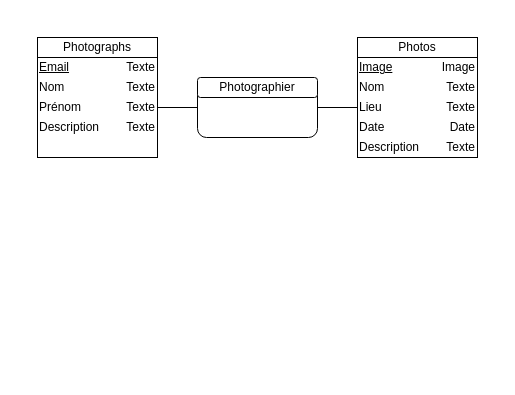
Earlier version of the draw.io diagram Documentation/Diagrammes/BDD/MCD_0.1.drawio (NicolasGlassey/PROJWEB_WEBELWEISS). Source tidied: cells renumbered, new cells numbered last; positions are measured from the earlier drawing's top-left corner, leaving out a move shared by most shapes. Both pictures are drawn from the tidied source at 100%, with x=0, y=0 at pixel (37, 37).
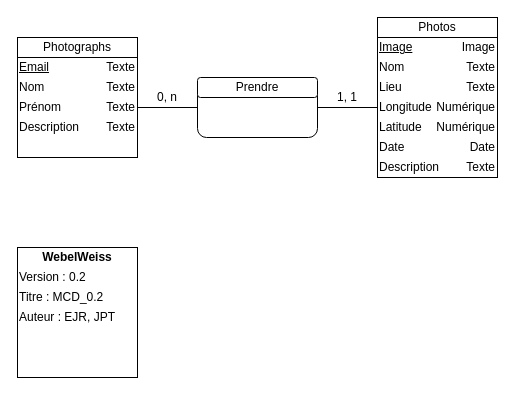
The same diagram, later.

Commit message (it also covers changes not shown here):
modification du mCD

Unchanged cells that the change refers to:
```xml
<mxCell id="3" style="rounded=0;whiteSpace=wrap;html=1;" parent="2" vertex="1">
  <mxGeometry y="20" width="120" height="100" as="geometry" />
</mxCell>
```

The edit, as a diff of the source:
```diff
@@
     <mxCell id="2" style="group;" parent="1" vertex="1">
-      <mxGeometry width="120" height="120" as="geometry" />
+      <mxGeometry x="-20" width="120" height="120" as="geometry" />
     </mxCell>
@@
     <mxCell id="14" style="group;" parent="1" vertex="1">
-      <mxGeometry x="320" width="120" height="120" as="geometry" />
+      <mxGeometry x="340" y="-20" width="120" height="160" as="geometry" />
     </mxCell>
     <mxCell id="15" style="rounded=0;whiteSpace=wrap;html=1;" parent="14" vertex="1">
-      <mxGeometry y="20" width="120" height="100" as="geometry" />
+      <mxGeometry y="20" width="120" height="140" as="geometry" />
     </mxCell>
@@
-    <mxCell id="20" value="Lieu" style="text;html=1;strokeColor=none;fillColor=none;align=left;verticalAlign=middle;whiteSpace=wrap;rounded=0;" parent="14" vertex="1">
-      <mxGeometry y="60" width="60" height="20" as="geometry" />
-    </mxCell>
@@
-    <mxCell id="22" value="Date" style="text;html=1;strokeColor=none;fillColor=none;align=right;verticalAlign=middle;whiteSpace=wrap;rounded=0;" parent="14" vertex="1">
-      <mxGeometry x="60" y="80" width="60" height="20" as="geometry" />
-    </mxCell>
-    <mxCell id="23" value="Description" style="text;html=1;strokeColor=none;fillColor=none;align=left;verticalAlign=middle;whiteSpace=wrap;rounded=0;" parent="14" vertex="1">
-      <mxGeometry y="100" width="60" height="20" as="geometry" />
-    </mxCell>
-    <mxCell id="24" value="Texte" style="text;html=1;strokeColor=none;fillColor=none;align=right;verticalAlign=middle;whiteSpace=wrap;rounded=0;" parent="14" vertex="1">
-      <mxGeometry x="60" y="100" width="60" height="20" as="geometry" />
-    </mxCell>
-    <mxCell id="25" value="Date" style="text;html=1;strokeColor=none;fillColor=none;align=left;verticalAlign=middle;whiteSpace=wrap;rounded=0;" parent="14" vertex="1">
-      <mxGeometry y="80" width="60" height="20" as="geometry" />
-    </mxCell>
@@
+    <mxCell id="32" value="Latitude" style="text;html=1;strokeColor=none;fillColor=none;align=left;verticalAlign=middle;whiteSpace=wrap;rounded=0;" parent="14" vertex="1">
+      <mxGeometry y="100" width="60" height="20" as="geometry" />
+    </mxCell>
+    <mxCell id="33" value="Numérique" style="text;html=1;strokeColor=none;fillColor=none;align=right;verticalAlign=middle;whiteSpace=wrap;rounded=0;" parent="14" vertex="1">
+      <mxGeometry x="60" y="100" width="60" height="20" as="geometry" />
+    </mxCell>
+    <mxCell id="34" value="Longitude" style="text;html=1;strokeColor=none;fillColor=none;align=left;verticalAlign=middle;whiteSpace=wrap;rounded=0;" parent="14" vertex="1">
+      <mxGeometry y="80" width="60" height="20" as="geometry" />
+    </mxCell>
+    <mxCell id="35" value="Numérique" style="text;html=1;strokeColor=none;fillColor=none;align=right;verticalAlign=middle;whiteSpace=wrap;rounded=0;" parent="14" vertex="1">
+      <mxGeometry x="60" y="80" width="60" height="20" as="geometry" />
+    </mxCell>
+    <mxCell id="20" value="Lieu" style="text;html=1;strokeColor=none;fillColor=none;align=left;verticalAlign=middle;whiteSpace=wrap;rounded=0;" parent="14" vertex="1">
+      <mxGeometry y="60" width="60" height="20" as="geometry" />
+    </mxCell>
-    <mxCell id="28" style="endArrow=none;html=1;entryX=0;entryY=0.5;entryDx=0;entryDy=0;exitX=1;exitY=0.5;exitDx=0;exitDy=0;" parent="1" edge="1" source="3" target="15">
+    <mxCell id="28" style="endArrow=none;html=1;exitX=1;exitY=0.5;exitDx=0;exitDy=0;entryX=0;entryY=0.5;entryDx=0;entryDy=0;" parent="1" edge="1" source="3" target="15">
       <mxGeometry relative="1" as="geometry" />
     </mxCell>
@@
-    <mxCell id="31" value="Photographier" style="text;html=1;strokeColor=none;fillColor=none;align=center;verticalAlign=middle;whiteSpace=wrap;rounded=0;" parent="1" vertex="1">
+    <mxCell id="31" value="Prendre" style="text;html=1;strokeColor=none;fillColor=none;align=center;verticalAlign=middle;whiteSpace=wrap;rounded=0;" parent="1" vertex="1">
       <mxGeometry x="160" y="40" width="120" height="20" as="geometry" />
     </mxCell>
+    <mxCell id="36" value="1, 1" style="text;html=1;strokeColor=none;fillColor=none;align=center;verticalAlign=middle;whiteSpace=wrap;rounded=0;" parent="1" vertex="1">
+      <mxGeometry x="290" y="50" width="40" height="20" as="geometry" />
+    </mxCell>
+    <mxCell id="37" value="0, n" style="text;html=1;strokeColor=none;fillColor=none;align=center;verticalAlign=middle;whiteSpace=wrap;rounded=0;" parent="1" vertex="1">
+      <mxGeometry x="110" y="50" width="40" height="20" as="geometry" />
+    </mxCell>
+    <mxCell id="25" value="Date" style="text;html=1;strokeColor=none;fillColor=none;align=left;verticalAlign=middle;whiteSpace=wrap;rounded=0;" parent="1" vertex="1">
+      <mxGeometry x="340" y="100" width="60" height="20" as="geometry" />
+    </mxCell>
+    <mxCell id="22" value="Date" style="text;html=1;strokeColor=none;fillColor=none;align=right;verticalAlign=middle;whiteSpace=wrap;rounded=0;" parent="1" vertex="1">
+      <mxGeometry x="400" y="100" width="60" height="20" as="geometry" />
+    </mxCell>
+    <mxCell id="24" value="Texte" style="text;html=1;strokeColor=none;fillColor=none;align=right;verticalAlign=middle;whiteSpace=wrap;rounded=0;" parent="1" vertex="1">
+      <mxGeometry x="400" y="120" width="60" height="20" as="geometry" />
+    </mxCell>
+    <mxCell id="23" value="Description" style="text;html=1;strokeColor=none;fillColor=none;align=left;verticalAlign=middle;whiteSpace=wrap;rounded=0;" parent="1" vertex="1">
+      <mxGeometry x="340" y="120" width="60" height="20" as="geometry" />
+    </mxCell>
+    <mxCell id="38" style="rounded=0;whiteSpace=wrap;html=1;" parent="1" vertex="1">
+      <mxGeometry x="-20" y="210" width="120" height="130" as="geometry" />
+    </mxCell>
+    <mxCell id="39" value="&lt;b&gt;WebelWeiss&lt;/b&gt;" style="text;html=1;strokeColor=none;fillColor=none;align=center;verticalAlign=middle;whiteSpace=wrap;rounded=0;" parent="1" vertex="1">
+      <mxGeometry x="-20" y="210" width="120" height="20" as="geometry" />
+    </mxCell>
+    <mxCell id="40" value="Version : 0.2" style="text;html=1;strokeColor=none;fillColor=none;align=left;verticalAlign=middle;whiteSpace=wrap;rounded=0;" parent="1" vertex="1">
+      <mxGeometry x="-20" y="230" width="120" height="20" as="geometry" />
+    </mxCell>
+    <mxCell id="41" value="Titre : MCD_0.2" style="text;html=1;strokeColor=none;fillColor=none;align=left;verticalAlign=middle;whiteSpace=wrap;rounded=0;" parent="1" vertex="1">
+      <mxGeometry x="-20" y="250" width="120" height="20" as="geometry" />
+    </mxCell>
+    <mxCell id="42" value="Auteur : EJR, JPT" style="text;html=1;strokeColor=none;fillColor=none;align=left;verticalAlign=middle;whiteSpace=wrap;rounded=0;" parent="1" vertex="1">
+      <mxGeometry x="-20" y="270" width="120" height="20" as="geometry" />
+    </mxCell>
```
